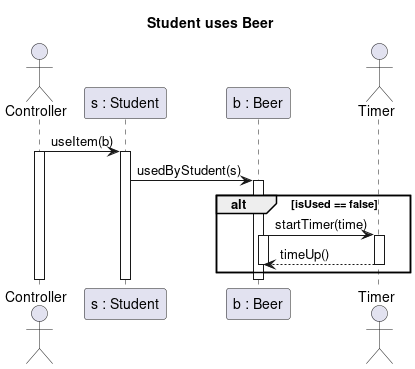
Earlier version of the PlantUML export out/Reko/beer/Student uses Beer.png (MBakter/echo). Its diagram source:
```plantuml
@startuml Student uses Beer
title Student uses Beer

actor Controller as C
participant "s : Student" as s
participant "b : Beer" as b
actor Timer as t

C -> s : useItem(b)
Activate C
Activate s
s -> b : usedByStudent(s)
Activate b
alt isUsed == false
b -> t : startTimer(time)
Activate b
Activate t
t --> b : timeUp()
Deactivate b
Deactivate t
end
Deactivate b
Deactivate s
Deactivate C

@enduml
```
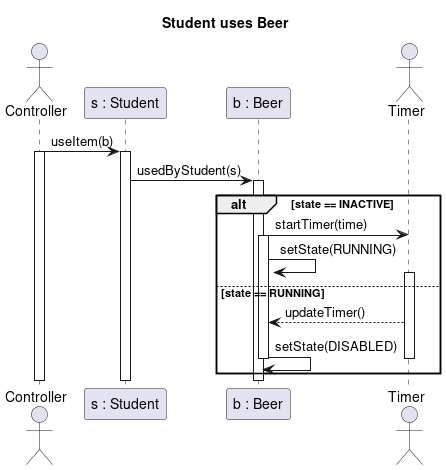
After the change.

Change to the diagram source:
```diff
@@ -11,11 +11,15 @@
 Activate s
 s -> b : usedByStudent(s)
 Activate b
-alt isUsed == false
+alt state == INACTIVE
 b -> t : startTimer(time)
 Activate b
+b -> b : setState(RUNNING)
+
+else state == RUNNING
 Activate t
-t --> b : timeUp()
+t --> b : updateTimer()
+b -> b : setState(DISABLED)
 Deactivate b
 Deactivate t
 end
```
